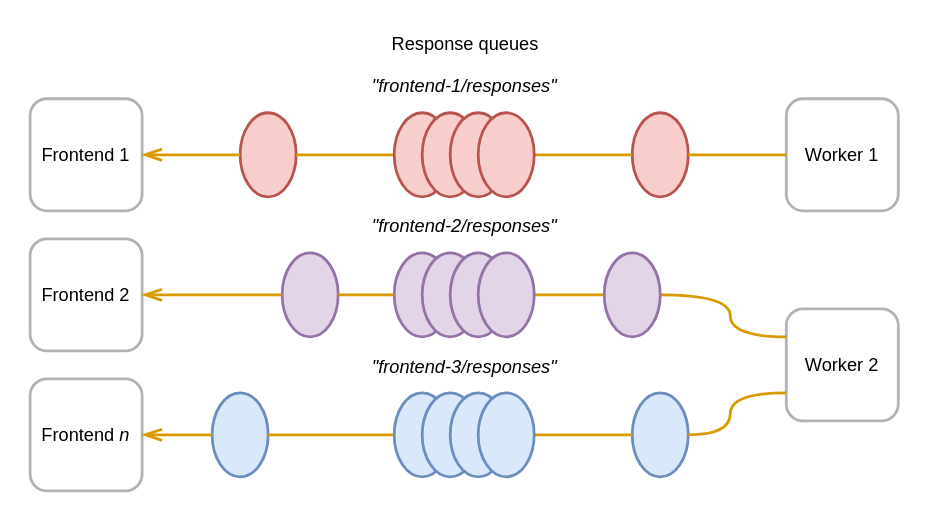
ssorj/upstate keeps this draw.io diagram as docs/images/responses.svg. Above is the earlier version. Source tidied: cells renumbered, new cells last; positions are measured from the earlier drawing's top-left corner, leaving out a move shared by most shapes. Its diagram source:
```xml
<mxGraphModel>
  <root>
    <mxCell id="0" />
    <mxCell id="1" parent="0" />
    <mxCell id="2" style="ellipse;whiteSpace=wrap;html=1;strokeWidth=2;strokeColor=#9673a6;fontSize=13;fillColor=#e1d5e7;" parent="1" vertex="1">
      <mxGeometry x="260" y="160" width="40" height="60" as="geometry" />
    </mxCell>
    <mxCell id="3" value="Worker 1" style="rounded=1;whiteSpace=wrap;html=1;strokeWidth=2;opacity=30;fontSize=13;fontFamily=Helvetica;" parent="1" vertex="1">
      <mxGeometry x="540" y="50" width="80" height="80" as="geometry" />
    </mxCell>
    <mxCell id="4" value="Worker 2" style="rounded=1;whiteSpace=wrap;html=1;strokeWidth=2;opacity=30;fontSize=13;fontFamily=Helvetica;" parent="1" vertex="1">
      <mxGeometry x="540" y="200" width="80" height="80" as="geometry" />
    </mxCell>
    <mxCell id="5" style="ellipse;whiteSpace=wrap;html=1;strokeWidth=2;strokeColor=#b85450;fontSize=13;fillColor=#f8cecc;" parent="1" vertex="1">
      <mxGeometry x="430" y="60" width="40" height="60" as="geometry" />
    </mxCell>
    <mxCell id="6" style="ellipse;whiteSpace=wrap;html=1;strokeWidth=2;strokeColor=#6c8ebf;fontSize=13;fillColor=#dae8fc;" parent="1" vertex="1">
      <mxGeometry x="430" y="260" width="40" height="60" as="geometry" />
    </mxCell>
    <mxCell id="7" style="edgeStyle=orthogonalEdgeStyle;html=1;exitX=1;exitY=0.5;entryX=0;entryY=0.25;jettySize=auto;curved=1;endArrow=none;endFill=0;endSize=10;targetPerimeterSpacing=0;sourcePerimeterSpacing=0;comic=0;strokeWidth=2;fillColor=#ffe6cc;strokeColor=#d79b00;fontSize=13;" parent="1" edge="1" source="9" target="4">
      <mxGeometry relative="1" as="geometry">
        <Array as="points">
          <mxPoint x="500" y="190" />
          <mxPoint x="500" y="220" />
        </Array>
      </mxGeometry>
    </mxCell>
    <mxCell id="8" style="edgeStyle=orthogonalEdgeStyle;html=1;exitX=1;exitY=0.5;entryX=0;entryY=0.5;jettySize=auto;curved=1;endArrow=none;endFill=0;endSize=10;targetPerimeterSpacing=0;sourcePerimeterSpacing=0;comic=0;strokeWidth=2;fillColor=#ffe6cc;strokeColor=#d79b00;fontSize=13;" parent="1" edge="1" source="33" target="9">
      <mxGeometry relative="1" as="geometry" />
    </mxCell>
    <mxCell id="9" style="ellipse;whiteSpace=wrap;html=1;strokeWidth=2;strokeColor=#9673a6;fontSize=13;fillColor=#e1d5e7;" parent="1" vertex="1">
      <mxGeometry x="410" y="160" width="40" height="60" as="geometry" />
    </mxCell>
    <mxCell id="10" style="edgeStyle=orthogonalEdgeStyle;html=1;exitX=1;exitY=0.5;entryX=0;entryY=0.5;jettySize=auto;curved=1;endArrow=none;endFill=0;endSize=10;targetPerimeterSpacing=0;sourcePerimeterSpacing=0;comic=0;strokeWidth=2;fillColor=#ffe6cc;strokeColor=#d79b00;fontSize=13;" parent="1" edge="1" source="36" target="6">
      <mxGeometry relative="1" as="geometry">
        <Array as="points">
          <mxPoint x="390" y="290" />
          <mxPoint x="390" y="290" />
        </Array>
      </mxGeometry>
    </mxCell>
    <mxCell id="11" style="edgeStyle=orthogonalEdgeStyle;html=1;exitX=1;exitY=0.5;entryX=0;entryY=0.75;jettySize=auto;curved=1;endArrow=none;endFill=0;endSize=10;targetPerimeterSpacing=0;sourcePerimeterSpacing=0;comic=0;strokeWidth=2;fillColor=#ffe6cc;strokeColor=#d79b00;fontSize=13;" parent="1" edge="1" source="6" target="4">
      <mxGeometry relative="1" as="geometry">
        <Array as="points">
          <mxPoint x="500" y="290" />
          <mxPoint x="500" y="260" />
        </Array>
      </mxGeometry>
    </mxCell>
    <mxCell id="12" style="edgeStyle=orthogonalEdgeStyle;html=1;exitX=1;exitY=0.5;entryX=0;entryY=0.5;jettySize=auto;curved=1;endArrow=none;endFill=0;endSize=10;targetPerimeterSpacing=0;sourcePerimeterSpacing=0;comic=0;strokeWidth=2;fillColor=#ffe6cc;strokeColor=#d79b00;fontSize=13;" parent="1" edge="1" source="5" target="3">
      <mxGeometry relative="1" as="geometry" />
    </mxCell>
    <mxCell id="13" style="edgeStyle=orthogonalEdgeStyle;html=1;exitX=1;exitY=0.5;jettySize=auto;curved=1;endArrow=none;endFill=0;endSize=10;targetPerimeterSpacing=0;sourcePerimeterSpacing=0;comic=0;strokeWidth=2;fillColor=#ffe6cc;strokeColor=#d79b00;entryX=0;entryY=0.5;fontSize=13;" parent="1" edge="1" source="30" target="5">
      <mxGeometry relative="1" as="geometry">
        <Array as="points">
          <mxPoint x="380" y="90" />
          <mxPoint x="380" y="90" />
        </Array>
      </mxGeometry>
    </mxCell>
    <mxCell id="14" value="Frontend 1&lt;br style=&quot;font-size: 13px;&quot;&gt;" style="rounded=1;whiteSpace=wrap;html=1;strokeWidth=2;opacity=30;fontSize=13;fontFamily=Helvetica;" parent="1" vertex="1">
      <mxGeometry y="50" width="80" height="80" as="geometry" />
    </mxCell>
    <mxCell id="15" value="Frontend 2&lt;br style=&quot;font-size: 13px;&quot;&gt;" style="rounded=1;whiteSpace=wrap;html=1;strokeWidth=2;opacity=30;fontSize=13;fontFamily=Helvetica;" parent="1" vertex="1">
      <mxGeometry y="150" width="80" height="80" as="geometry" />
    </mxCell>
    <mxCell id="16" value="Frontend &lt;i style=&quot;font-size: 13px;&quot;&gt;n&lt;/i&gt;&lt;br style=&quot;font-size: 13px;&quot;&gt;" style="rounded=1;whiteSpace=wrap;html=1;strokeWidth=2;opacity=30;fontSize=13;fontFamily=Helvetica;" parent="1" vertex="1">
      <mxGeometry y="250" width="80" height="80" as="geometry" />
    </mxCell>
    <mxCell id="17" style="ellipse;whiteSpace=wrap;html=1;strokeWidth=2;strokeColor=#b85450;fontSize=13;fillColor=#f8cecc;" parent="1" vertex="1">
      <mxGeometry x="150" y="60" width="40" height="60" as="geometry" />
    </mxCell>
    <mxCell id="18" style="ellipse;whiteSpace=wrap;html=1;strokeWidth=2;strokeColor=#6c8ebf;fontSize=13;fillColor=#dae8fc;" parent="1" vertex="1">
      <mxGeometry x="130" y="260" width="40" height="60" as="geometry" />
    </mxCell>
    <mxCell id="19" style="ellipse;whiteSpace=wrap;html=1;strokeWidth=2;strokeColor=#9673a6;fontSize=13;fillColor=#e1d5e7;" parent="1" vertex="1">
      <mxGeometry x="180" y="160" width="40" height="60" as="geometry" />
    </mxCell>
    <mxCell id="20" style="edgeStyle=orthogonalEdgeStyle;html=1;exitX=0;exitY=0.5;jettySize=auto;curved=1;endArrow=none;endFill=0;endSize=10;targetPerimeterSpacing=0;sourcePerimeterSpacing=0;comic=0;strokeWidth=2;fillColor=#ffe6cc;strokeColor=#d79b00;entryX=1;entryY=0.5;fontSize=13;" parent="1" edge="1" source="27" target="18">
      <mxGeometry relative="1" as="geometry">
        <Array as="points">
          <mxPoint x="250" y="290" />
          <mxPoint x="250" y="290" />
        </Array>
      </mxGeometry>
    </mxCell>
    <mxCell id="21" style="edgeStyle=orthogonalEdgeStyle;html=1;exitX=0;exitY=0.5;entryX=1;entryY=0.5;jettySize=auto;curved=1;endArrow=none;endFill=0;endSize=10;targetPerimeterSpacing=0;sourcePerimeterSpacing=0;comic=0;strokeWidth=2;fillColor=#ffe6cc;strokeColor=#d79b00;fontSize=13;" parent="1" edge="1" source="2" target="19">
      <mxGeometry relative="1" as="geometry" />
    </mxCell>
    <mxCell id="22" style="edgeStyle=orthogonalEdgeStyle;html=1;exitX=0;exitY=0.5;entryX=1;entryY=0.5;jettySize=auto;curved=1;endArrow=none;endFill=0;endSize=10;targetPerimeterSpacing=0;sourcePerimeterSpacing=0;comic=0;strokeWidth=2;fillColor=#ffe6cc;strokeColor=#d79b00;fontSize=13;" parent="1" edge="1" source="26" target="17">
      <mxGeometry relative="1" as="geometry">
        <Array as="points">
          <mxPoint x="250" y="90" />
          <mxPoint x="250" y="90" />
        </Array>
      </mxGeometry>
    </mxCell>
    <mxCell id="23" style="edgeStyle=orthogonalEdgeStyle;html=1;exitX=1;exitY=0.5;entryX=0;entryY=0.5;jettySize=auto;curved=1;endArrow=none;endFill=0;endSize=10;targetPerimeterSpacing=0;sourcePerimeterSpacing=0;comic=0;strokeWidth=2;fillColor=#ffe6cc;strokeColor=#d79b00;fontSize=13;startArrow=openThin;startFill=0;startSize=10;" parent="1" edge="1" source="14" target="17">
      <mxGeometry relative="1" as="geometry" />
    </mxCell>
    <mxCell id="24" style="edgeStyle=orthogonalEdgeStyle;html=1;exitX=1;exitY=0.5;entryX=0;entryY=0.5;jettySize=auto;curved=1;endArrow=none;endFill=0;endSize=10;targetPerimeterSpacing=0;sourcePerimeterSpacing=0;comic=0;strokeWidth=2;fillColor=#ffe6cc;strokeColor=#d79b00;fontSize=13;startArrow=openThin;startFill=0;startSize=10;" parent="1" edge="1" source="15" target="19">
      <mxGeometry relative="1" as="geometry" />
    </mxCell>
    <mxCell id="25" style="edgeStyle=orthogonalEdgeStyle;html=1;exitX=1;exitY=0.5;entryX=0;entryY=0.5;jettySize=auto;curved=1;endArrow=none;endFill=0;endSize=10;targetPerimeterSpacing=0;sourcePerimeterSpacing=0;comic=0;strokeWidth=2;fillColor=#ffe6cc;strokeColor=#d79b00;fontSize=13;startArrow=openThin;startFill=0;startSize=10;" parent="1" edge="1" source="16" target="18">
      <mxGeometry relative="1" as="geometry" />
    </mxCell>
    <mxCell id="26" style="ellipse;whiteSpace=wrap;html=1;strokeWidth=2;strokeColor=#b85450;fontSize=13;fillColor=#f8cecc;" parent="1" vertex="1">
      <mxGeometry x="260" y="60" width="40" height="60" as="geometry" />
    </mxCell>
    <mxCell id="27" style="ellipse;whiteSpace=wrap;html=1;strokeWidth=2;strokeColor=#6c8ebf;fontSize=13;fillColor=#dae8fc;" parent="1" vertex="1">
      <mxGeometry x="260" y="260" width="40" height="60" as="geometry" />
    </mxCell>
    <mxCell id="28" style="ellipse;whiteSpace=wrap;html=1;strokeWidth=2;strokeColor=#b85450;fontSize=13;fillColor=#f8cecc;" parent="1" vertex="1">
      <mxGeometry x="280" y="60" width="40" height="60" as="geometry" />
    </mxCell>
    <mxCell id="29" style="ellipse;whiteSpace=wrap;html=1;strokeWidth=2;strokeColor=#b85450;fontSize=13;fillColor=#f8cecc;" parent="1" vertex="1">
      <mxGeometry x="300" y="60" width="40" height="60" as="geometry" />
    </mxCell>
    <mxCell id="30" style="ellipse;whiteSpace=wrap;html=1;strokeWidth=2;strokeColor=#b85450;fontSize=13;fillColor=#f8cecc;" parent="1" vertex="1">
      <mxGeometry x="320" y="60" width="40" height="60" as="geometry" />
    </mxCell>
    <mxCell id="31" style="ellipse;whiteSpace=wrap;html=1;strokeWidth=2;strokeColor=#9673a6;fontSize=13;fillColor=#e1d5e7;" parent="1" vertex="1">
      <mxGeometry x="280" y="160" width="40" height="60" as="geometry" />
    </mxCell>
    <mxCell id="32" style="ellipse;whiteSpace=wrap;html=1;strokeWidth=2;strokeColor=#9673a6;fontSize=13;fillColor=#e1d5e7;" parent="1" vertex="1">
      <mxGeometry x="300" y="160" width="40" height="60" as="geometry" />
    </mxCell>
    <mxCell id="33" style="ellipse;whiteSpace=wrap;html=1;strokeWidth=2;strokeColor=#9673a6;fontSize=13;fillColor=#e1d5e7;" parent="1" vertex="1">
      <mxGeometry x="320" y="160" width="40" height="60" as="geometry" />
    </mxCell>
    <mxCell id="34" style="ellipse;whiteSpace=wrap;html=1;strokeWidth=2;strokeColor=#6c8ebf;fontSize=13;fillColor=#dae8fc;" parent="1" vertex="1">
      <mxGeometry x="280" y="260" width="40" height="60" as="geometry" />
    </mxCell>
    <mxCell id="35" style="ellipse;whiteSpace=wrap;html=1;strokeWidth=2;strokeColor=#6c8ebf;fontSize=13;fillColor=#dae8fc;" parent="1" vertex="1">
      <mxGeometry x="300" y="260" width="40" height="60" as="geometry" />
    </mxCell>
    <mxCell id="36" style="ellipse;whiteSpace=wrap;html=1;strokeWidth=2;strokeColor=#6c8ebf;fontSize=13;fillColor=#dae8fc;" parent="1" vertex="1">
      <mxGeometry x="320" y="260" width="40" height="60" as="geometry" />
    </mxCell>
    <mxCell id="37" value="&lt;font style=&quot;font-size: 13px ; line-height: 150%&quot;&gt;Response queues&lt;br style=&quot;font-size: 13px&quot;&gt;&lt;/font&gt;" style="text;html=1;strokeColor=none;fillColor=none;align=center;verticalAlign=middle;whiteSpace=wrap;rounded=0;fontSize=13;" parent="1" vertex="1">
      <mxGeometry x="240" width="140" height="20" as="geometry" />
    </mxCell>
    <mxCell id="38" value="&lt;font style=&quot;font-size: 13px ; line-height: 150%&quot;&gt;&lt;i&gt;&quot;frontend-2/responses&quot;&lt;/i&gt;&lt;br style=&quot;font-size: 13px&quot;&gt;&lt;/font&gt;" style="text;html=1;strokeColor=none;fillColor=none;align=center;verticalAlign=middle;whiteSpace=wrap;rounded=0;fontSize=13;" parent="1" vertex="1">
      <mxGeometry x="240" y="130" width="140" height="20" as="geometry" />
    </mxCell>
    <mxCell id="39" value="&lt;font style=&quot;font-size: 13px ; line-height: 150%&quot;&gt;&lt;i&gt;&quot;frontend-3/responses&quot;&lt;/i&gt;&lt;br style=&quot;font-size: 13px&quot;&gt;&lt;/font&gt;" style="text;html=1;strokeColor=none;fillColor=none;align=center;verticalAlign=middle;whiteSpace=wrap;rounded=0;fontSize=13;" parent="1" vertex="1">
      <mxGeometry x="240" y="230" width="140" height="20" as="geometry" />
    </mxCell>
    <mxCell id="40" value="&lt;font style=&quot;font-size: 13px ; line-height: 150%&quot;&gt;&lt;i&gt;&quot;frontend-1/responses&quot;&lt;/i&gt;&lt;br style=&quot;font-size: 13px&quot;&gt;&lt;/font&gt;" style="text;html=1;strokeColor=none;fillColor=none;align=center;verticalAlign=middle;whiteSpace=wrap;rounded=0;fontSize=13;" parent="1" vertex="1">
      <mxGeometry x="240" y="30" width="140" height="20" as="geometry" />
    </mxCell>
  </root>
</mxGraphModel>
```
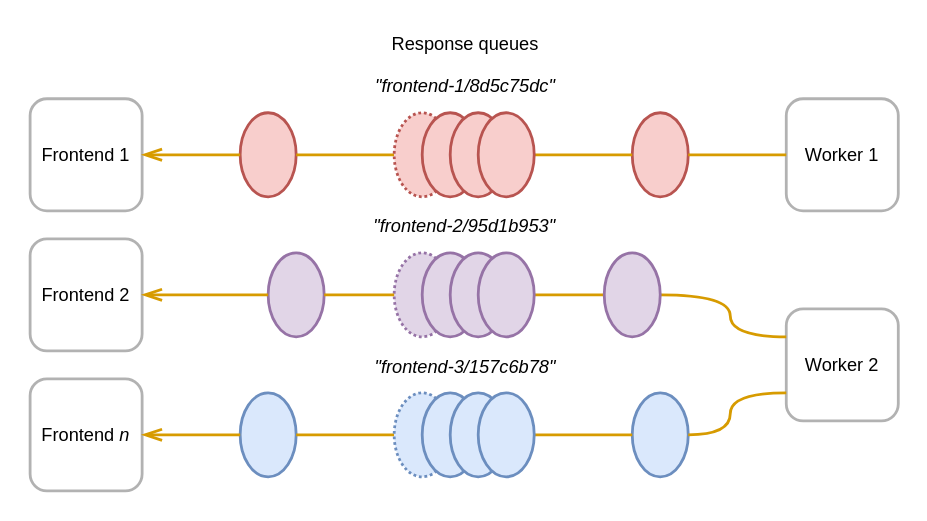
After the commit.

Diff of the diagram source:
```diff
@@ -2,7 +2,7 @@
   <root>
     <mxCell id="0" />
     <mxCell id="1" parent="0" />
-    <mxCell id="2" style="ellipse;whiteSpace=wrap;html=1;strokeWidth=2;strokeColor=#9673a6;fontSize=13;fillColor=#e1d5e7;" parent="1" vertex="1">
+    <mxCell id="2" style="ellipse;whiteSpace=wrap;html=1;strokeWidth=2;strokeColor=#9673a6;fontSize=13;fillColor=#e1d5e7;dashed=1;dashPattern=1 1;" parent="1" vertex="1">
       <mxGeometry x="260" y="160" width="40" height="60" as="geometry" />
     </mxCell>
     <mxCell id="3" value="Worker 1" style="rounded=1;whiteSpace=wrap;html=1;strokeWidth=2;opacity=30;fontSize=13;fontFamily=Helvetica;" parent="1" vertex="1">
@@ -71,10 +71,10 @@
       <mxGeometry x="150" y="60" width="40" height="60" as="geometry" />
     </mxCell>
     <mxCell id="18" style="ellipse;whiteSpace=wrap;html=1;strokeWidth=2;strokeColor=#6c8ebf;fontSize=13;fillColor=#dae8fc;" parent="1" vertex="1">
-      <mxGeometry x="130" y="260" width="40" height="60" as="geometry" />
+      <mxGeometry x="150" y="260" width="40" height="60" as="geometry" />
     </mxCell>
     <mxCell id="19" style="ellipse;whiteSpace=wrap;html=1;strokeWidth=2;strokeColor=#9673a6;fontSize=13;fillColor=#e1d5e7;" parent="1" vertex="1">
-      <mxGeometry x="180" y="160" width="40" height="60" as="geometry" />
+      <mxGeometry x="170" y="160" width="40" height="60" as="geometry" />
     </mxCell>
     <mxCell id="20" style="edgeStyle=orthogonalEdgeStyle;html=1;exitX=0;exitY=0.5;jettySize=auto;curved=1;endArrow=none;endFill=0;endSize=10;targetPerimeterSpacing=0;sourcePerimeterSpacing=0;comic=0;strokeWidth=2;fillColor=#ffe6cc;strokeColor=#d79b00;entryX=1;entryY=0.5;fontSize=13;" parent="1" edge="1" source="27" target="18">
       <mxGeometry relative="1" as="geometry">
@@ -104,10 +104,10 @@
     <mxCell id="25" style="edgeStyle=orthogonalEdgeStyle;html=1;exitX=1;exitY=0.5;entryX=0;entryY=0.5;jettySize=auto;curved=1;endArrow=none;endFill=0;endSize=10;targetPerimeterSpacing=0;sourcePerimeterSpacing=0;comic=0;strokeWidth=2;fillColor=#ffe6cc;strokeColor=#d79b00;fontSize=13;startArrow=openThin;startFill=0;startSize=10;" parent="1" edge="1" source="16" target="18">
       <mxGeometry relative="1" as="geometry" />
     </mxCell>
-    <mxCell id="26" style="ellipse;whiteSpace=wrap;html=1;strokeWidth=2;strokeColor=#b85450;fontSize=13;fillColor=#f8cecc;" parent="1" vertex="1">
+    <mxCell id="26" style="ellipse;whiteSpace=wrap;html=1;strokeWidth=2;strokeColor=#b85450;fontSize=13;fillColor=#f8cecc;dashed=1;dashPattern=1 1;" parent="1" vertex="1">
       <mxGeometry x="260" y="60" width="40" height="60" as="geometry" />
     </mxCell>
-    <mxCell id="27" style="ellipse;whiteSpace=wrap;html=1;strokeWidth=2;strokeColor=#6c8ebf;fontSize=13;fillColor=#dae8fc;" parent="1" vertex="1">
+    <mxCell id="27" style="ellipse;whiteSpace=wrap;html=1;strokeWidth=2;strokeColor=#6c8ebf;fontSize=13;fillColor=#dae8fc;dashed=1;dashPattern=1 1;" parent="1" vertex="1">
       <mxGeometry x="260" y="260" width="40" height="60" as="geometry" />
     </mxCell>
     <mxCell id="28" style="ellipse;whiteSpace=wrap;html=1;strokeWidth=2;strokeColor=#b85450;fontSize=13;fillColor=#f8cecc;" parent="1" vertex="1">
@@ -140,13 +140,13 @@
     <mxCell id="37" value="&lt;font style=&quot;font-size: 13px ; line-height: 150%&quot;&gt;Response queues&lt;br style=&quot;font-size: 13px&quot;&gt;&lt;/font&gt;" style="text;html=1;strokeColor=none;fillColor=none;align=center;verticalAlign=middle;whiteSpace=wrap;rounded=0;fontSize=13;" parent="1" vertex="1">
       <mxGeometry x="240" width="140" height="20" as="geometry" />
     </mxCell>
-    <mxCell id="38" value="&lt;font style=&quot;font-size: 13px ; line-height: 150%&quot;&gt;&lt;i&gt;&quot;frontend-2/responses&quot;&lt;/i&gt;&lt;br style=&quot;font-size: 13px&quot;&gt;&lt;/font&gt;" style="text;html=1;strokeColor=none;fillColor=none;align=center;verticalAlign=middle;whiteSpace=wrap;rounded=0;fontSize=13;" parent="1" vertex="1">
+    <mxCell id="38" value="&lt;font style=&quot;line-height: 150%&quot;&gt;&lt;i&gt;&quot;frontend-2/95d1b953&quot;&lt;/i&gt;&lt;br style=&quot;font-size: 13px&quot;&gt;&lt;/font&gt;" style="text;html=1;strokeColor=none;fillColor=none;align=center;verticalAlign=middle;whiteSpace=wrap;rounded=0;fontSize=13;" parent="1" vertex="1">
       <mxGeometry x="240" y="130" width="140" height="20" as="geometry" />
     </mxCell>
-    <mxCell id="39" value="&lt;font style=&quot;font-size: 13px ; line-height: 150%&quot;&gt;&lt;i&gt;&quot;frontend-3/responses&quot;&lt;/i&gt;&lt;br style=&quot;font-size: 13px&quot;&gt;&lt;/font&gt;" style="text;html=1;strokeColor=none;fillColor=none;align=center;verticalAlign=middle;whiteSpace=wrap;rounded=0;fontSize=13;" parent="1" vertex="1">
+    <mxCell id="39" value="&lt;font style=&quot;line-height: 150%&quot;&gt;&lt;i&gt;&quot;frontend-3/157c6b78&quot;&lt;/i&gt;&lt;br style=&quot;font-size: 13px&quot;&gt;&lt;/font&gt;" style="text;html=1;strokeColor=none;fillColor=none;align=center;verticalAlign=middle;whiteSpace=wrap;rounded=0;fontSize=13;" parent="1" vertex="1">
       <mxGeometry x="240" y="230" width="140" height="20" as="geometry" />
     </mxCell>
-    <mxCell id="40" value="&lt;font style=&quot;font-size: 13px ; line-height: 150%&quot;&gt;&lt;i&gt;&quot;frontend-1/responses&quot;&lt;/i&gt;&lt;br style=&quot;font-size: 13px&quot;&gt;&lt;/font&gt;" style="text;html=1;strokeColor=none;fillColor=none;align=center;verticalAlign=middle;whiteSpace=wrap;rounded=0;fontSize=13;" parent="1" vertex="1">
+    <mxCell id="40" value="&lt;font style=&quot;line-height: 150%&quot;&gt;&lt;i&gt;&quot;frontend-1/8d5c75dc&quot;&lt;/i&gt;&lt;br style=&quot;font-size: 13px&quot;&gt;&lt;/font&gt;" style="text;html=1;strokeColor=none;fillColor=none;align=center;verticalAlign=middle;whiteSpace=wrap;rounded=0;fontSize=13;" parent="1" vertex="1">
       <mxGeometry x="240" y="30" width="140" height="20" as="geometry" />
     </mxCell>
   </root>
```
